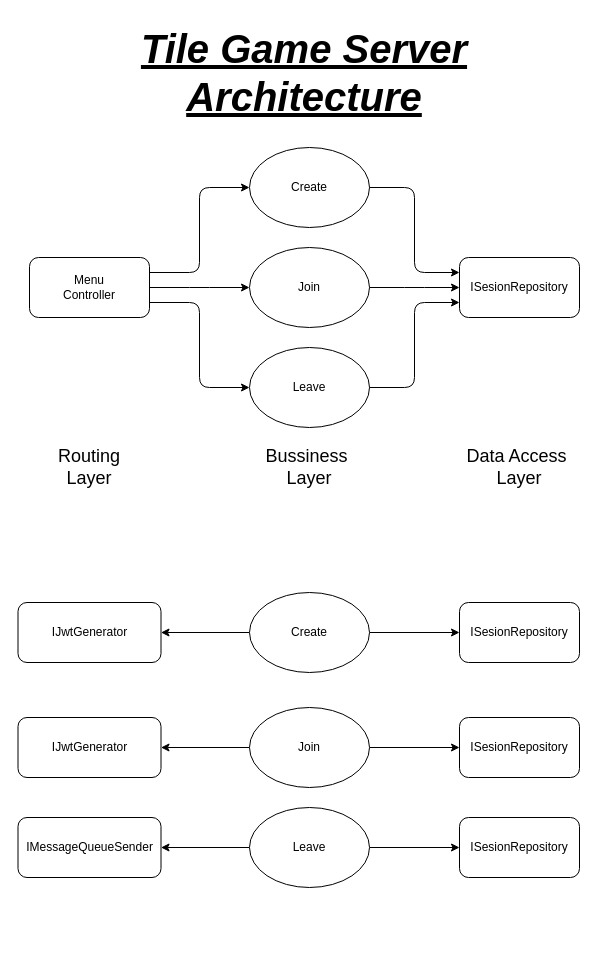
Above: Diagrams/TileGameServer.drawio in the-coolest-developers/TileGame-Core (draw.io), before the change. Source tidied: cells renumbered, new cells numbered last; positions are measured from the earlier drawing's top-left corner, leaving out a move shared by most shapes. Both pictures are drawn from the tidied source at 100%, with x=0, y=0 at pixel (18, 17).
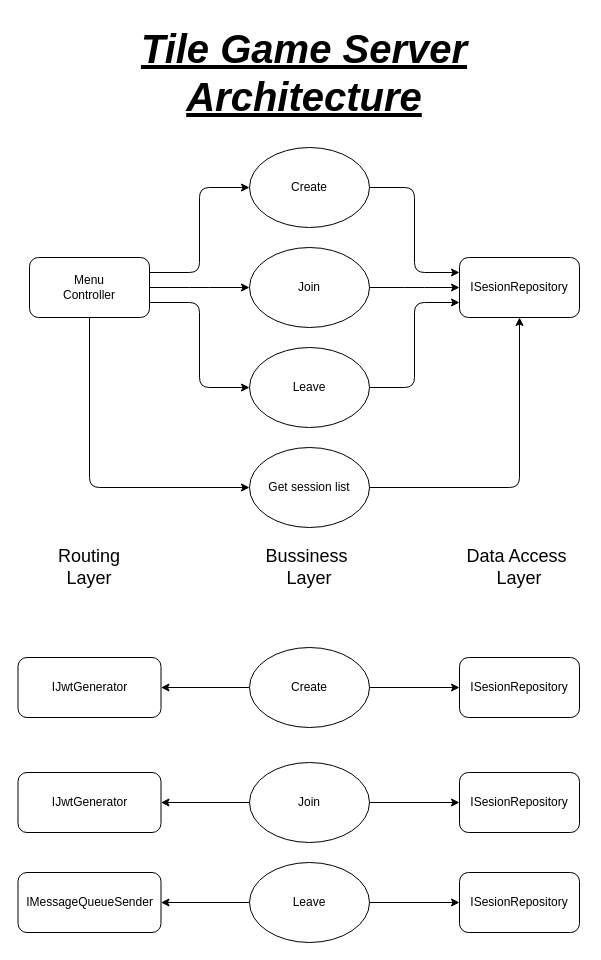
Above is the later version.

Commit message (it also covers changes not shown here):
[TGS-54] Updated specs and diagrams (#60)

* Updated TileGameServer architecture diagram

* [TGS-54] Used an async overload of ExistsWithPlayer

* [TGS-54] Added /Menu/ListCreatedGameSessions endpoint to API specs

The change refers to these unchanged cells:
```xml
<mxCell id="2" style="rounded=1;whiteSpace=wrap;html=1;" parent="1" vertex="1">
  <mxGeometry x="11" y="240" width="120" height="60" as="geometry" />
</mxCell>
<mxCell id="7" value="ISesionRepository" style="rounded=1;whiteSpace=wrap;html=1;" parent="1" vertex="1">
  <mxGeometry x="441" y="240" width="120" height="60" as="geometry" />
</mxCell>
```

Diff of the diagram source:
```diff
@@
     <mxCell id="14" value="&lt;font style=&quot;font-size: 18px&quot;&gt;Bussiness&amp;nbsp;&lt;br&gt;Layer&lt;/font&gt;" style="text;html=1;strokeColor=none;fillColor=none;align=center;verticalAlign=middle;whiteSpace=wrap;rounded=0;" parent="1" vertex="1">
-      <mxGeometry x="231" y="440" width="120" height="20" as="geometry" />
+      <mxGeometry x="231" y="540" width="120" height="20" as="geometry" />
     </mxCell>
     <mxCell id="15" value="&lt;font style=&quot;font-size: 18px&quot;&gt;Data Access&amp;nbsp;&lt;br&gt;Layer&lt;/font&gt;" style="text;html=1;strokeColor=none;fillColor=none;align=center;verticalAlign=middle;whiteSpace=wrap;rounded=0;" parent="1" vertex="1">
-      <mxGeometry x="441" y="440" width="120" height="20" as="geometry" />
+      <mxGeometry x="441" y="540" width="120" height="20" as="geometry" />
     </mxCell>
     <mxCell id="16" value="&lt;font style=&quot;font-size: 18px&quot;&gt;Routing&lt;br&gt;Layer&lt;/font&gt;" style="text;html=1;strokeColor=none;fillColor=none;align=center;verticalAlign=middle;whiteSpace=wrap;rounded=0;" parent="1" vertex="1">
-      <mxGeometry x="11" y="440" width="120" height="20" as="geometry" />
+      <mxGeometry x="11" y="540" width="120" height="20" as="geometry" />
     </mxCell>
@@
     <mxCell id="20" value="Create" style="ellipse;whiteSpace=wrap;html=1;" parent="1" vertex="1">
-      <mxGeometry x="231" y="575" width="120" height="80" as="geometry" />
+      <mxGeometry x="231" y="630" width="120" height="80" as="geometry" />
     </mxCell>
     <mxCell id="21" value="IJwtGenerator" style="rounded=1;whiteSpace=wrap;html=1;" parent="1" vertex="1">
-      <mxGeometry x="-0.5" y="585" width="143" height="60" as="geometry" />
+      <mxGeometry x="-0.5" y="640" width="143" height="60" as="geometry" />
     </mxCell>
     <mxCell id="22" value="ISesionRepository" style="rounded=1;whiteSpace=wrap;html=1;" parent="1" vertex="1">
-      <mxGeometry x="441" y="585" width="120" height="60" as="geometry" />
+      <mxGeometry x="441" y="640" width="120" height="60" as="geometry" />
     </mxCell>
@@
     <mxCell id="25" value="Join" style="ellipse;whiteSpace=wrap;html=1;" parent="1" vertex="1">
-      <mxGeometry x="231" y="690" width="120" height="80" as="geometry" />
+      <mxGeometry x="231" y="745" width="120" height="80" as="geometry" />
     </mxCell>
     <mxCell id="26" value="IJwtGenerator" style="rounded=1;whiteSpace=wrap;html=1;" parent="1" vertex="1">
-      <mxGeometry x="-0.5" y="700" width="143" height="60" as="geometry" />
+      <mxGeometry x="-0.5" y="755" width="143" height="60" as="geometry" />
     </mxCell>
     <mxCell id="27" value="ISesionRepository" style="rounded=1;whiteSpace=wrap;html=1;" parent="1" vertex="1">
-      <mxGeometry x="441" y="700" width="120" height="60" as="geometry" />
+      <mxGeometry x="441" y="755" width="120" height="60" as="geometry" />
     </mxCell>
@@
     <mxCell id="30" value="Leave" style="ellipse;whiteSpace=wrap;html=1;" parent="1" vertex="1">
-      <mxGeometry x="231" y="790" width="120" height="80" as="geometry" />
+      <mxGeometry x="231" y="845" width="120" height="80" as="geometry" />
     </mxCell>
     <mxCell id="31" value="IMessageQueueSender" style="rounded=1;whiteSpace=wrap;html=1;" parent="1" vertex="1">
-      <mxGeometry x="-0.5" y="800" width="143" height="60" as="geometry" />
+      <mxGeometry x="-0.5" y="855" width="143" height="60" as="geometry" />
     </mxCell>
     <mxCell id="32" value="ISesionRepository" style="rounded=1;whiteSpace=wrap;html=1;" parent="1" vertex="1">
-      <mxGeometry x="441" y="800" width="120" height="60" as="geometry" />
+      <mxGeometry x="441" y="855" width="120" height="60" as="geometry" />
     </mxCell>
+    <mxCell id="33" value="Get session list" style="ellipse;whiteSpace=wrap;html=1;" parent="1" vertex="1">
+      <mxGeometry x="231" y="430" width="120" height="80" as="geometry" />
+    </mxCell>
+    <mxCell id="34" style="endArrow=classic;html=1;shadow=0;align=center;edgeStyle=elbowEdgeStyle;entryX=0;entryY=0.5;entryDx=0;entryDy=0;exitX=0.5;exitY=1;exitDx=0;exitDy=0;" parent="1" edge="1" source="2" target="33">
+      <mxGeometry relative="1" as="geometry">
+        <Array as="points">
+          <mxPoint x="71" y="350" />
+          <mxPoint x="96" y="430" />
+        </Array>
+      </mxGeometry>
+    </mxCell>
+    <mxCell id="35" style="endArrow=classic;html=1;shadow=0;align=center;edgeStyle=elbowEdgeStyle;exitX=1;exitY=0.5;exitDx=0;exitDy=0;entryX=0.5;entryY=1;entryDx=0;entryDy=0;" parent="1" edge="1" source="33" target="7">
+      <mxGeometry relative="1" as="geometry">
+        <Array as="points">
+          <mxPoint x="501" y="370" />
+        </Array>
+      </mxGeometry>
+    </mxCell>
```
